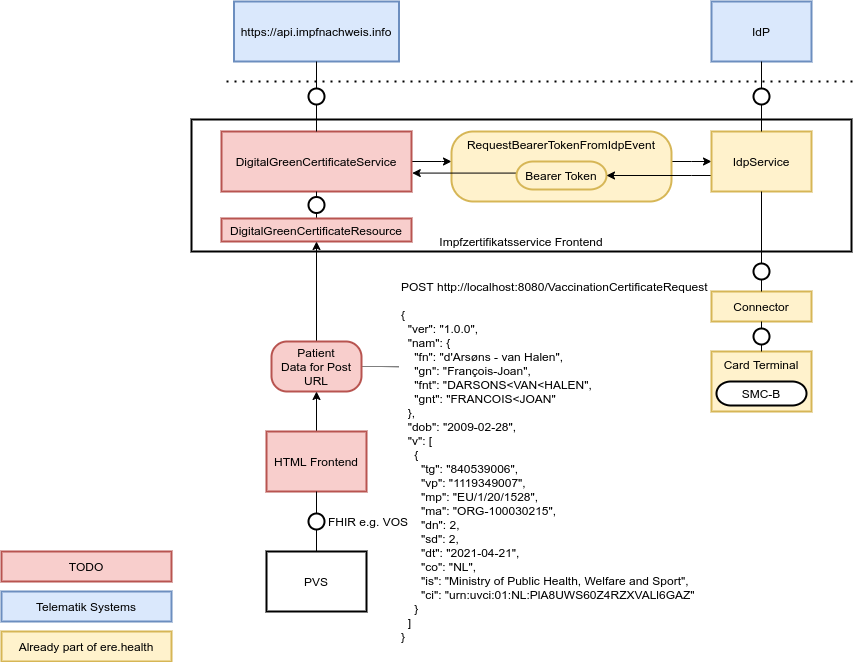
Above: img/overview.png in ere-health/covid-19-green-certificate (draw.io), before the change. Source tidied: cells renumbered, new cells last; positions are measured from the earlier drawing's top-left corner, leaving out a move shared by most shapes.
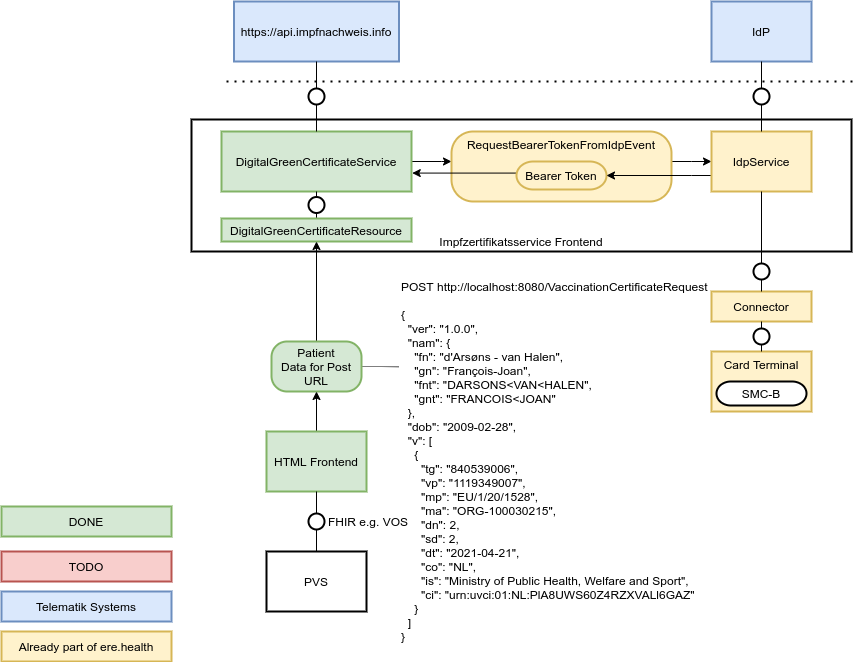
Above is the later version.

Commit message:
Updated overview for system from TODO to DONE

Diff of the diagram source:
```diff
@@ -13,13 +13,13 @@
         </Array>
       </mxGeometry>
     </mxCell>
-    <mxCell id="4" value="DigitalGreenCertificateService" style="shape=agent;offsetSize=8;strokeWidth=2;fillColor=#f8cecc;strokeColor=#b85450;" parent="1" vertex="1">
+    <mxCell id="4" value="DigitalGreenCertificateService" style="shape=agent;offsetSize=8;strokeWidth=2;fillColor=#d5e8d4;strokeColor=#82b366;" parent="1" vertex="1">
       <mxGeometry x="220" y="130" width="190" height="60" as="geometry" />
     </mxCell>
     <mxCell id="5" style="shape=useedge;vertical=true;endArrow=none;useSignPosition=left;useSignDirection=none;entryX=0.5;entryY=1;entryDx=0;entryDy=0;exitX=0.5;exitY=0;exitDx=0;exitDy=0;" parent="1" edge="1" source="6" target="4">
       <mxGeometry relative="1" as="geometry" />
     </mxCell>
-    <mxCell id="6" value="DigitalGreenCertificateResource" style="shape=agent;offsetSize=8;strokeWidth=2;fillColor=#f8cecc;strokeColor=#b85450;" parent="1" vertex="1">
+    <mxCell id="6" value="DigitalGreenCertificateResource" style="shape=agent;offsetSize=8;strokeWidth=2;fillColor=#d5e8d4;strokeColor=#82b366;" parent="1" vertex="1">
       <mxGeometry x="220" y="217" width="190" height="23" as="geometry" />
     </mxCell>
     <mxCell id="7" style="edgeStyle=orthogonalEdgeStyle;rounded=0;jettySize=auto;html=1;" parent="1" edge="1" source="9" target="6">
@@ -28,7 +28,7 @@
     <mxCell id="8" style="edgeStyle=orthogonalEdgeStyle;rounded=0;jettySize=auto;html=1;entryX=0;entryY=0.25;entryDx=0;entryDy=0;endArrow=none;endFill=0;dashed=1;dashPattern=1 1;" parent="1" edge="1" source="9" target="10">
       <mxGeometry relative="1" as="geometry" />
     </mxCell>
-    <mxCell id="9" value="Patient&lt;br&gt;Data for Post URL" style="rounded=1;whiteSpace=wrap;html=1;arcSize=31;strokeWidth=2;fillColor=#f8cecc;strokeColor=#b85450;" parent="1" vertex="1">
+    <mxCell id="9" value="Patient&lt;br&gt;Data for Post URL" style="rounded=1;whiteSpace=wrap;html=1;arcSize=31;strokeWidth=2;fillColor=#d5e8d4;strokeColor=#82b366;" parent="1" vertex="1">
       <mxGeometry x="270" y="340" width="90" height="50" as="geometry" />
     </mxCell>
     <mxCell id="10" value="POST http://localhost:8080/VaccinationCertificateRequest&lt;br&gt;&lt;div&gt;&lt;br&gt;&lt;/div&gt;&lt;div&gt;{&lt;/div&gt;&lt;div&gt;&amp;nbsp; &quot;ver&quot;: &quot;1.0.0&quot;,&lt;/div&gt;&lt;div&gt;&amp;nbsp; &quot;nam&quot;: {&lt;/div&gt;&lt;div&gt;&amp;nbsp; &amp;nbsp; &quot;fn&quot;: &quot;d'Arsøns - van Halen&quot;,&lt;/div&gt;&lt;div&gt;&amp;nbsp; &amp;nbsp; &quot;gn&quot;: &quot;François-Joan&quot;,&lt;/div&gt;&lt;div&gt;&amp;nbsp; &amp;nbsp; &quot;fnt&quot;: &quot;DARSONS&amp;lt;VAN&amp;lt;HALEN&quot;,&lt;/div&gt;&lt;div&gt;&amp;nbsp; &amp;nbsp; &quot;gnt&quot;: &quot;FRANCOIS&amp;lt;JOAN&quot;&lt;/div&gt;&lt;div&gt;&amp;nbsp; },&lt;/div&gt;&lt;div&gt;&amp;nbsp; &quot;dob&quot;: &quot;2009-02-28&quot;,&lt;/div&gt;&lt;div&gt;&amp;nbsp; &quot;v&quot;: [&lt;/div&gt;&lt;div&gt;&amp;nbsp; &amp;nbsp; {&lt;/div&gt;&lt;div&gt;&amp;nbsp; &amp;nbsp; &amp;nbsp; &quot;tg&quot;: &quot;840539006&quot;,&lt;/div&gt;&lt;div&gt;&amp;nbsp; &amp;nbsp; &amp;nbsp; &quot;vp&quot;: &quot;1119349007&quot;,&lt;/div&gt;&lt;div&gt;&amp;nbsp; &amp;nbsp; &amp;nbsp; &quot;mp&quot;: &quot;EU/1/20/1528&quot;,&lt;/div&gt;&lt;div&gt;&amp;nbsp; &amp;nbsp; &amp;nbsp; &quot;ma&quot;: &quot;ORG-100030215&quot;,&lt;/div&gt;&lt;div&gt;&amp;nbsp; &amp;nbsp; &amp;nbsp; &quot;dn&quot;: 2,&lt;/div&gt;&lt;div&gt;&amp;nbsp; &amp;nbsp; &amp;nbsp; &quot;sd&quot;: 2,&lt;/div&gt;&lt;div&gt;&amp;nbsp; &amp;nbsp; &amp;nbsp; &quot;dt&quot;: &quot;2021-04-21&quot;,&lt;/div&gt;&lt;div&gt;&amp;nbsp; &amp;nbsp; &amp;nbsp; &quot;co&quot;: &quot;NL&quot;,&lt;/div&gt;&lt;div&gt;&amp;nbsp; &amp;nbsp; &amp;nbsp; &quot;is&quot;: &quot;Ministry of Public Health, Welfare and Sport&quot;,&lt;/div&gt;&lt;div&gt;&amp;nbsp; &amp;nbsp; &amp;nbsp; &quot;ci&quot;: &quot;urn:uvci:01:NL:PlA8UWS60Z4RZXVALl6GAZ&quot;&lt;/div&gt;&lt;div&gt;&amp;nbsp; &amp;nbsp; }&lt;/div&gt;&lt;div&gt;&amp;nbsp; ]&lt;/div&gt;&lt;div&gt;}&lt;/div&gt;" style="text;html=1;strokeColor=none;fillColor=none;align=left;verticalAlign=middle;whiteSpace=wrap;rounded=0;" parent="1" vertex="1">
@@ -104,7 +104,7 @@
     <mxCell id="27" style="edgeStyle=orthogonalEdgeStyle;rounded=0;jettySize=auto;html=1;entryX=0.5;entryY=1;entryDx=0;entryDy=0;endArrow=classic;endFill=1;" parent="1" edge="1" source="28" target="9">
       <mxGeometry relative="1" as="geometry" />
     </mxCell>
-    <mxCell id="28" value="HTML Frontend" style="shape=agent;offsetSize=8;strokeWidth=2;fillColor=#f8cecc;strokeColor=#b85450;" parent="1" vertex="1">
+    <mxCell id="28" value="HTML Frontend" style="shape=agent;offsetSize=8;strokeWidth=2;fillColor=#d5e8d4;strokeColor=#82b366;" parent="1" vertex="1">
       <mxGeometry x="265" y="430" width="100" height="60" as="geometry" />
     </mxCell>
     <mxCell id="29" value="PVS" style="shape=agent;offsetSize=8;strokeWidth=2;" parent="1" vertex="1">
@@ -125,5 +125,8 @@
     <mxCell id="34" value="Already part of ere.health" style="shape=agent;offsetSize=8;strokeWidth=2;fillColor=#fff2cc;strokeColor=#d6b656;" parent="1" vertex="1">
       <mxGeometry y="630" width="170" height="30" as="geometry" />
     </mxCell>
+    <mxCell id="35" value="DONE" style="shape=agent;offsetSize=8;strokeWidth=2;fillColor=#d5e8d4;strokeColor=#82b366;" parent="1" vertex="1">
+      <mxGeometry y="505" width="170" height="30" as="geometry" />
+    </mxCell>
   </root>
 </mxGraphModel>
```
